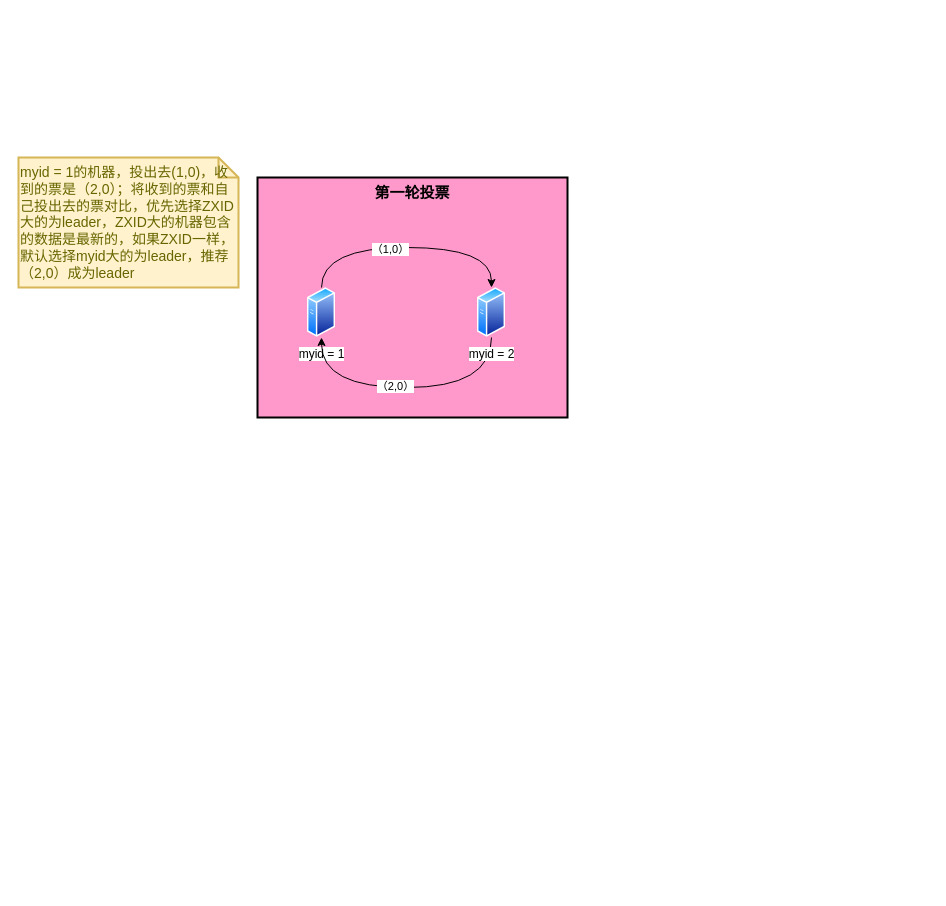
Above: page "启动或leader宕机选举leader流程" (1 of 2) of zookeeper/Zookeeper.drawio in LiHuiBin1995/study-java (draw.io), before the change. Source tidied: cells renumbered, new cells numbered last; positions are measured from the earlier drawing's top-left corner, leaving out a move shared by most shapes. Both pictures are drawn from the tidied source at 100%, with x=0, y=0 at pixel (18, 157).
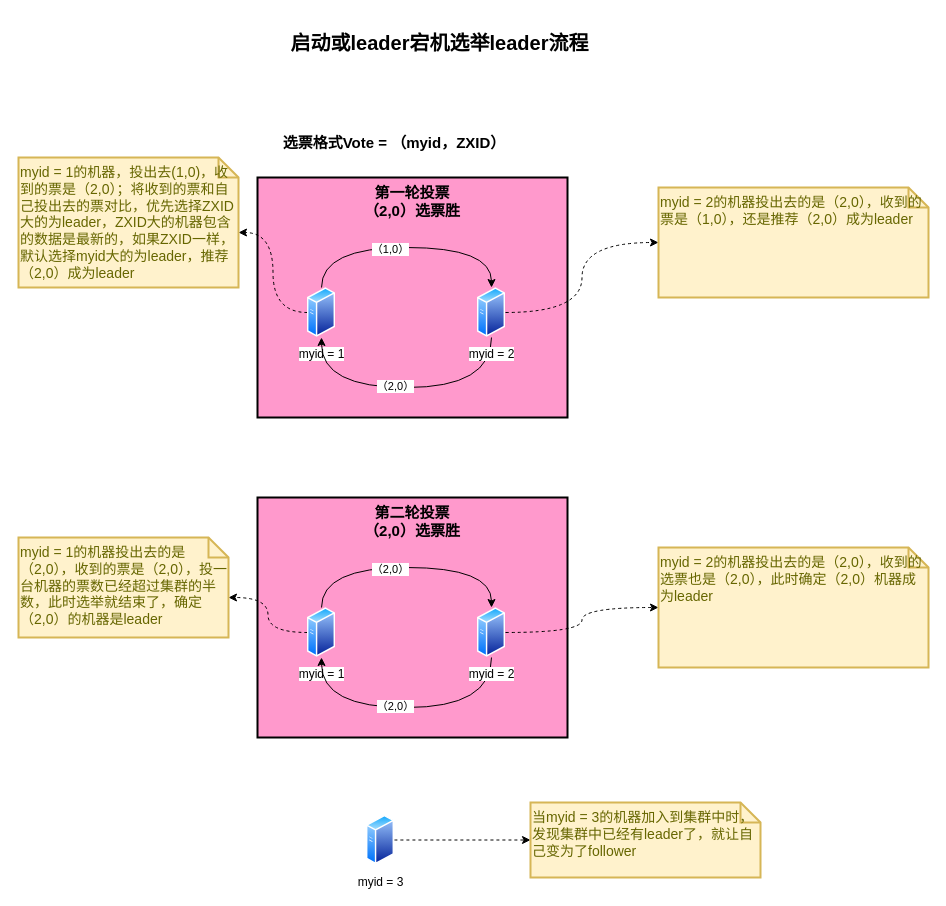
The same diagram, later.

The change refers to these unchanged cells:
```xml
<mxCell id="5" value="myid = 1" style="perimeter=ellipsePerimeter;html=1;align=center;shadow=0;dashed=0;spacingTop=3;image;image=img/lib/active_directory/generic_server.svg;strokeWidth=2;fillColor=#FF99CC;" parent="1" vertex="1">
  <mxGeometry x="289" y="130" width="28" height="50" as="geometry" />
</mxCell>
<mxCell id="8" value="myid = 2" style="perimeter=ellipsePerimeter;html=1;align=center;shadow=0;dashed=0;spacingTop=3;image;image=img/lib/active_directory/generic_server.svg;strokeWidth=2;fillColor=#FF99CC;" parent="1" vertex="1">
  <mxGeometry x="459" y="130" width="28" height="50" as="geometry" />
</mxCell>
<mxCell id="9" value="myid = 1的机器，投出去(1,0)，收到的票是（2,0）；将收到的票和自己投出去的票对比，优先选择ZXID大的为leader，ZXID大的机器包含的数据是最新的，如果ZXID一样，默认选择myid大的为leader，推荐（2,0）成为leader&lt;br&gt;" style="shape=note;strokeWidth=2;fontSize=14;size=20;whiteSpace=wrap;html=1;fillColor=#fff2cc;strokeColor=#d6b656;fontColor=#666600;rounded=0;verticalAlign=top;align=left;" parent="1" vertex="1">
  <mxGeometry width="220" height="130" as="geometry" />
</mxCell>
```

Diff of the diagram source:
```diff
@@
-    <mxCell id="2" value="&lt;b&gt;&lt;font style=&quot;font-size: 15px&quot;&gt;第一轮投票&lt;/font&gt;&lt;/b&gt;" style="rounded=0;whiteSpace=wrap;html=1;strokeWidth=2;fillColor=#FF99CC;verticalAlign=top;" parent="1" vertex="1">
+    <mxCell id="2" value="&lt;b&gt;&lt;font style=&quot;font-size: 15px&quot;&gt;第一轮投票&lt;br&gt;（2,0）选票胜&lt;br&gt;&lt;/font&gt;&lt;/b&gt;" style="rounded=0;whiteSpace=wrap;html=1;strokeWidth=2;fillColor=#FF99CC;verticalAlign=top;" parent="1" vertex="1">
       <mxGeometry x="239" y="20" width="310" height="240" as="geometry" />
     </mxCell>
-    <mxCell id="3" style="edgeStyle=orthogonalEdgeStyle;rounded=0;jettySize=auto;html=1;exitX=0.5;exitY=0;exitDx=0;exitDy=0;entryX=0.5;entryY=0;entryDx=0;entryDy=0;curved=1;" parent="1" edge="1" source="5" target="8">
+    <mxCell id="3" style="edgeStyle=orthogonalEdgeStyle;rounded=0;jettySize=auto;html=1;exitX=0.5;exitY=0;exitDx=0;exitDy=0;entryX=0.5;entryY=0;entryDx=0;entryDy=0;curved=1;strokeWidth=1;" parent="1" edge="1" source="5" target="8">
       <mxGeometry relative="1" as="geometry">
         <Array as="points">
           <mxPoint x="303" y="90" />
           <mxPoint x="473" y="90" />
         </Array>
       </mxGeometry>
     </mxCell>
@@
+    <mxCell id="10" style="edgeStyle=orthogonalEdgeStyle;rounded=0;jettySize=auto;html=1;exitX=0;exitY=0.5;exitDx=0;exitDy=0;entryX=0;entryY=0;entryDx=220;entryDy=75;entryPerimeter=0;curved=1;dashed=1;strokeWidth=1;" parent="1" edge="1" source="5" target="9">
+      <mxGeometry relative="1" as="geometry" />
+    </mxCell>
@@
-    <mxCell id="6" style="edgeStyle=orthogonalEdgeStyle;curved=1;rounded=0;jettySize=auto;html=1;exitX=0.5;exitY=1;exitDx=0;exitDy=0;entryX=0.5;entryY=1;entryDx=0;entryDy=0;" parent="1" edge="1" source="8" target="5">
+    <mxCell id="6" style="edgeStyle=orthogonalEdgeStyle;curved=1;rounded=0;jettySize=auto;html=1;exitX=0.5;exitY=1;exitDx=0;exitDy=0;entryX=0.5;entryY=1;entryDx=0;entryDy=0;strokeWidth=1;" parent="1" edge="1" source="8" target="5">
       <mxGeometry relative="1" as="geometry">
         <Array as="points">
           <mxPoint x="473" y="230" />
           <mxPoint x="303" y="230" />
         </Array>
       </mxGeometry>
     </mxCell>
@@
+    <mxCell id="11" style="edgeStyle=orthogonalEdgeStyle;curved=1;rounded=0;jettySize=auto;html=1;exitX=1;exitY=0.5;exitDx=0;exitDy=0;entryX=0;entryY=0.5;entryDx=0;entryDy=0;entryPerimeter=0;dashed=1;strokeWidth=1;" parent="1" edge="1" source="8" target="12">
+      <mxGeometry relative="1" as="geometry" />
+    </mxCell>
@@
+    <mxCell id="12" value="myid = 2的机器投出去的是（2,0），收到的票是（1,0），还是推荐（2,0）成为leader" style="shape=note;strokeWidth=2;fontSize=14;size=20;whiteSpace=wrap;html=1;fillColor=#fff2cc;strokeColor=#d6b656;fontColor=#666600;rounded=0;verticalAlign=top;align=left;" parent="1" vertex="1">
+      <mxGeometry x="640" y="30" width="270" height="110" as="geometry" />
+    </mxCell>
+    <mxCell id="13" value="&lt;b&gt;&lt;font style=&quot;font-size: 15px&quot;&gt;第二轮投票&lt;br&gt;（2,0）选票胜&lt;br&gt;&lt;/font&gt;&lt;/b&gt;" style="rounded=0;whiteSpace=wrap;html=1;strokeWidth=2;fillColor=#FF99CC;verticalAlign=top;" parent="1" vertex="1">
+      <mxGeometry x="239" y="340" width="310" height="240" as="geometry" />
+    </mxCell>
+    <mxCell id="14" style="edgeStyle=orthogonalEdgeStyle;rounded=0;jettySize=auto;html=1;exitX=0.5;exitY=0;exitDx=0;exitDy=0;entryX=0.5;entryY=0;entryDx=0;entryDy=0;curved=1;strokeWidth=1;" parent="1" edge="1" source="17" target="21">
+      <mxGeometry relative="1" as="geometry">
+        <Array as="points">
+          <mxPoint x="303" y="410" />
+          <mxPoint x="473" y="410" />
+        </Array>
+      </mxGeometry>
+    </mxCell>
+    <mxCell id="15" value="（2,0）" style="edgeLabel;html=1;align=center;verticalAlign=middle;" parent="14" vertex="1">
+      <mxGeometry x="-0.14" y="-1" relative="1" as="geometry" />
+    </mxCell>
+    <mxCell id="16" style="edgeStyle=orthogonalEdgeStyle;curved=1;rounded=0;jettySize=auto;html=1;exitX=0;exitY=0.5;exitDx=0;exitDy=0;entryX=0;entryY=0;entryDx=210;entryDy=60;entryPerimeter=0;dashed=1;strokeWidth=1;" parent="1" edge="1" source="17" target="22">
+      <mxGeometry relative="1" as="geometry" />
+    </mxCell>
+    <mxCell id="17" value="myid = 1" style="perimeter=ellipsePerimeter;html=1;align=center;shadow=0;dashed=0;spacingTop=3;image;image=img/lib/active_directory/generic_server.svg;strokeWidth=2;fillColor=#FF99CC;" parent="1" vertex="1">
+      <mxGeometry x="289" y="450" width="28" height="50" as="geometry" />
+    </mxCell>
+    <mxCell id="18" style="edgeStyle=orthogonalEdgeStyle;curved=1;rounded=0;jettySize=auto;html=1;exitX=0.5;exitY=1;exitDx=0;exitDy=0;entryX=0.5;entryY=1;entryDx=0;entryDy=0;strokeWidth=1;" parent="1" edge="1" source="21" target="17">
+      <mxGeometry relative="1" as="geometry">
+        <Array as="points">
+          <mxPoint x="473" y="550" />
+          <mxPoint x="303" y="550" />
+        </Array>
+      </mxGeometry>
+    </mxCell>
+    <mxCell id="19" value="（2,0）" style="edgeLabel;html=1;align=center;verticalAlign=middle;" parent="18" vertex="1">
+      <mxGeometry x="0.09" y="-2" relative="1" as="geometry" />
+    </mxCell>
+    <mxCell id="20" style="edgeStyle=orthogonalEdgeStyle;curved=1;rounded=0;jettySize=auto;html=1;exitX=1;exitY=0.5;exitDx=0;exitDy=0;entryX=0;entryY=0.5;entryDx=0;entryDy=0;entryPerimeter=0;dashed=1;strokeWidth=1;" parent="1" edge="1" source="21" target="23">
+      <mxGeometry relative="1" as="geometry" />
+    </mxCell>
+    <mxCell id="21" value="myid = 2" style="perimeter=ellipsePerimeter;html=1;align=center;shadow=0;dashed=0;spacingTop=3;image;image=img/lib/active_directory/generic_server.svg;strokeWidth=2;fillColor=#FF99CC;" parent="1" vertex="1">
+      <mxGeometry x="459" y="450" width="28" height="50" as="geometry" />
+    </mxCell>
+    <mxCell id="22" value="myid = 1的机器投出去的是（2,0），收到的票是（2,0），投一台机器的票数已经超过集群的半数，此时选举就结束了，确定（2,0）的机器是leader" style="shape=note;strokeWidth=2;fontSize=14;size=20;whiteSpace=wrap;html=1;fillColor=#fff2cc;strokeColor=#d6b656;fontColor=#666600;rounded=0;verticalAlign=top;align=left;" parent="1" vertex="1">
+      <mxGeometry y="380" width="210" height="100" as="geometry" />
+    </mxCell>
+    <mxCell id="23" value="myid = 2的机器投出去的是（2,0），收到的选票也是（2,0），此时确定（2,0）机器成为leader" style="shape=note;strokeWidth=2;fontSize=14;size=20;whiteSpace=wrap;html=1;fillColor=#fff2cc;strokeColor=#d6b656;fontColor=#666600;rounded=0;verticalAlign=top;align=left;" parent="1" vertex="1">
+      <mxGeometry x="640" y="390" width="270" height="120" as="geometry" />
+    </mxCell>
+    <mxCell id="24" style="edgeStyle=orthogonalEdgeStyle;curved=1;rounded=0;jettySize=auto;html=1;exitX=1;exitY=0.5;exitDx=0;exitDy=0;entryX=0;entryY=0.5;entryDx=0;entryDy=0;entryPerimeter=0;dashed=1;strokeWidth=1;" parent="1" edge="1" source="25" target="26">
+      <mxGeometry relative="1" as="geometry" />
+    </mxCell>
+    <mxCell id="25" value="myid = 3" style="perimeter=ellipsePerimeter;html=1;align=center;shadow=0;dashed=0;spacingTop=3;image;image=img/lib/active_directory/generic_server.svg;" parent="1" vertex="1">
+      <mxGeometry x="348" y="657.5" width="28" height="50" as="geometry" />
+    </mxCell>
+    <mxCell id="26" value="当myid = 3的机器加入到集群中时，发现集群中已经有leader了，就让自己变为了follower" style="shape=note;strokeWidth=2;fontSize=14;size=20;whiteSpace=wrap;html=1;fillColor=#fff2cc;strokeColor=#d6b656;fontColor=#666600;rounded=0;verticalAlign=top;align=left;" parent="1" vertex="1">
+      <mxGeometry x="512" y="645" width="230" height="75" as="geometry" />
+    </mxCell>
+    <mxCell id="27" value="启动或leader宕机选举leader流程" style="text;html=1;strokeColor=none;fillColor=none;align=center;verticalAlign=middle;whiteSpace=wrap;rounded=0;fontStyle=1;fontSize=20;" parent="1" vertex="1">
+      <mxGeometry x="252" y="-140" width="339" height="50" as="geometry" />
+    </mxCell>
+    <mxCell id="28" value="选票格式Vote = （myid，ZXID）" style="text;html=1;strokeColor=none;fillColor=none;align=center;verticalAlign=middle;whiteSpace=wrap;rounded=0;fontSize=15;fontStyle=1;" parent="1" vertex="1">
+      <mxGeometry x="251" y="-30" width="250" height="30" as="geometry" />
+    </mxCell>
```
